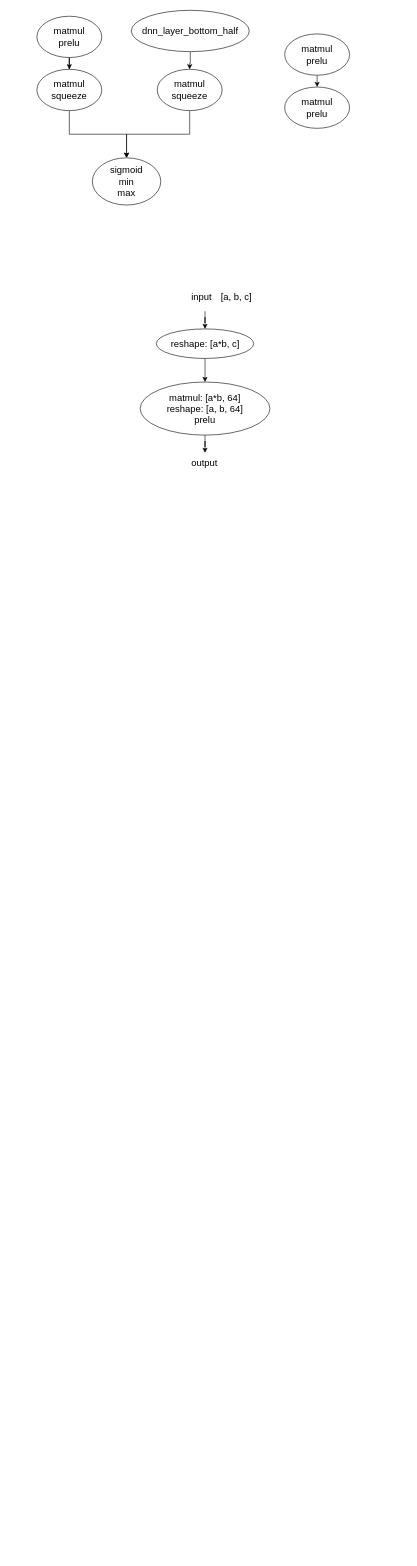
Before: 未命名绘图.drawio in ABigDoge/MyDiagrams, a draw.io diagram. Source tidied: cells renumbered, new cells numbered last; positions are measured from the earlier drawing's top-left corner, leaving out a move shared by most shapes. Both pictures are drawn from the tidied source at 59%, with x=0, y=0 at pixel (37, 10).
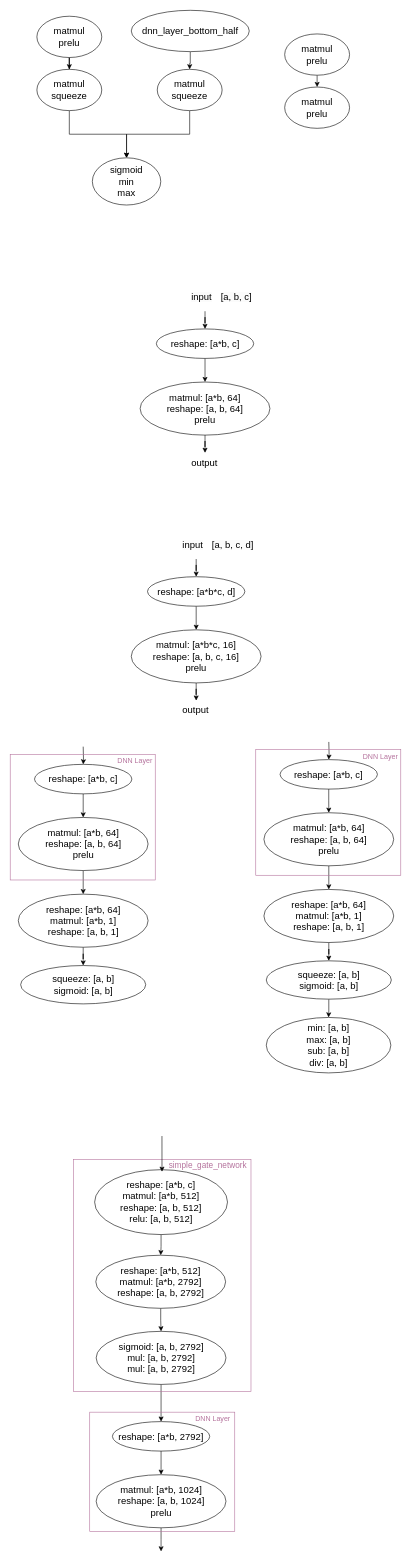
The same page after the edit.

Commit message:
更新未命名绘图.drawio

The edit, as a diff of the source:
```diff
@@
+    <mxCell id="22" style="edgeStyle=orthogonalEdgeStyle;rounded=0;jettySize=auto;html=1;" parent="1" edge="1" source="23" target="29">
+      <mxGeometry relative="1" as="geometry" />
+    </mxCell>
+    <mxCell id="23" value="&lt;font style=&quot;font-size: 16px;&quot;&gt;matmul:&amp;nbsp;&lt;/font&gt;&lt;span style=&quot;font-size: 16px;&quot;&gt;[a*b*c, 16]&lt;/span&gt;&lt;div&gt;&lt;span style=&quot;font-size: 16px;&quot;&gt;reshape:&amp;nbsp;&lt;/span&gt;&lt;span style=&quot;font-size: 16px;&quot;&gt;[a, b, c, 16]&lt;/span&gt;&lt;span style=&quot;font-size: 16px;&quot;&gt;&lt;br&gt;&lt;/span&gt;&lt;div style=&quot;font-size: 16px;&quot;&gt;&lt;font style=&quot;font-size: 16px;&quot;&gt;prelu&lt;/font&gt;&lt;/div&gt;&lt;/div&gt;" style="ellipse;whiteSpace=wrap;html=1;" parent="1" vertex="1">
+      <mxGeometry x="160" y="1050" width="220" height="90" as="geometry" />
+    </mxCell>
+    <mxCell id="24" style="edgeStyle=orthogonalEdgeStyle;rounded=0;jettySize=auto;html=1;" parent="1" edge="1" source="25" target="23">
+      <mxGeometry relative="1" as="geometry" />
+    </mxCell>
+    <mxCell id="25" value="&lt;font style=&quot;font-size: 16px;&quot;&gt;reshape:&amp;nbsp;&lt;/font&gt;&lt;span style=&quot;font-size: 16px; background-color: initial;&quot;&gt;[a*b*c, d]&lt;/span&gt;" style="ellipse;whiteSpace=wrap;html=1;" parent="1" vertex="1">
+      <mxGeometry x="187.5" y="960" width="165" height="50" as="geometry" />
+    </mxCell>
+    <mxCell id="26" value="&lt;span style=&quot;color: rgb(0, 0, 0); font-family: Helvetica; font-size: 16px; font-style: normal; font-variant-ligatures: normal; font-variant-caps: normal; font-weight: 400; letter-spacing: normal; orphans: 2; text-align: center; text-indent: 0px; text-transform: none; widows: 2; word-spacing: 0px; -webkit-text-stroke-width: 0px; white-space: normal; background-color: rgb(251, 251, 251); text-decoration-thickness: initial; text-decoration-style: initial; text-decoration-color: initial; display: inline !important; float: none;&quot;&gt;[a, b, c, d]&lt;/span&gt;" style="text;whiteSpace=wrap;html=1;" parent="1" vertex="1">
+      <mxGeometry x="295" y="890" width="150" height="40" as="geometry" />
+    </mxCell>
+    <mxCell id="27" style="edgeStyle=orthogonalEdgeStyle;rounded=0;jettySize=auto;html=1;" parent="1" edge="1" source="28" target="25">
+      <mxGeometry relative="1" as="geometry" />
+    </mxCell>
+    <mxCell id="28" value="&lt;span style=&quot;color: rgb(0, 0, 0); font-family: Helvetica; font-size: 16px; font-style: normal; font-variant-ligatures: normal; font-variant-caps: normal; font-weight: 400; letter-spacing: normal; orphans: 2; text-align: center; text-indent: 0px; text-transform: none; widows: 2; word-spacing: 0px; -webkit-text-stroke-width: 0px; white-space: normal; background-color: rgb(251, 251, 251); text-decoration-thickness: initial; text-decoration-style: initial; text-decoration-color: initial; display: inline !important; float: none;&quot;&gt;input&lt;/span&gt;" style="text;whiteSpace=wrap;html=1;" parent="1" vertex="1">
+      <mxGeometry x="245" y="890" width="50" height="40" as="geometry" />
+    </mxCell>
+    <mxCell id="29" value="&lt;div style=&quot;text-align: center;&quot;&gt;&lt;span style=&quot;background-color: initial; font-size: 16px;&quot;&gt;output&lt;/span&gt;&lt;/div&gt;" style="text;whiteSpace=wrap;html=1;" parent="1" vertex="1">
+      <mxGeometry x="245" y="1170" width="50" height="40" as="geometry" />
+    </mxCell>
+    <mxCell id="30" style="edgeStyle=orthogonalEdgeStyle;rounded=0;jettySize=auto;html=1;" parent="1" edge="1" source="31" target="36">
+      <mxGeometry relative="1" as="geometry" />
+    </mxCell>
+    <mxCell id="31" value="&lt;font style=&quot;font-size: 16px;&quot;&gt;matmul:&amp;nbsp;&lt;/font&gt;&lt;span style=&quot;font-size: 16px;&quot;&gt;[a*b, 64]&lt;/span&gt;&lt;div&gt;&lt;span style=&quot;font-size: 16px;&quot;&gt;reshape:&amp;nbsp;&lt;/span&gt;&lt;span style=&quot;font-size: 16px;&quot;&gt;[a, b, 64]&lt;/span&gt;&lt;span style=&quot;font-size: 16px;&quot;&gt;&lt;br&gt;&lt;/span&gt;&lt;div style=&quot;font-size: 16px;&quot;&gt;&lt;font style=&quot;font-size: 16px;&quot;&gt;prelu&lt;/font&gt;&lt;/div&gt;&lt;/div&gt;" style="ellipse;whiteSpace=wrap;html=1;" parent="1" vertex="1">
+      <mxGeometry x="-31.5" y="1368" width="220" height="90" as="geometry" />
+    </mxCell>
+    <mxCell id="32" style="edgeStyle=orthogonalEdgeStyle;rounded=0;jettySize=auto;html=1;" parent="1" edge="1" source="33" target="31">
+      <mxGeometry relative="1" as="geometry" />
+    </mxCell>
+    <mxCell id="33" value="&lt;font style=&quot;font-size: 16px;&quot;&gt;reshape:&amp;nbsp;&lt;/font&gt;&lt;span style=&quot;font-size: 16px; background-color: initial;&quot;&gt;[a*b, c]&lt;/span&gt;" style="ellipse;whiteSpace=wrap;html=1;" parent="1" vertex="1">
+      <mxGeometry x="-4" y="1278" width="165" height="50" as="geometry" />
+    </mxCell>
+    <mxCell id="34" style="edgeStyle=orthogonalEdgeStyle;rounded=0;jettySize=auto;html=1;" parent="1" edge="1" target="33">
+      <mxGeometry relative="1" as="geometry">
+        <mxPoint x="78.5" y="1248" as="sourcePoint" />
+      </mxGeometry>
+    </mxCell>
+    <mxCell id="35" style="edgeStyle=orthogonalEdgeStyle;rounded=0;jettySize=auto;html=1;" parent="1" edge="1" source="36" target="37">
+      <mxGeometry relative="1" as="geometry" />
+    </mxCell>
+    <mxCell id="36" value="&lt;font style=&quot;font-size: 16px;&quot;&gt;reshape:&amp;nbsp;&lt;/font&gt;&lt;span style=&quot;font-size: 16px;&quot;&gt;[a*b, 64]&lt;/span&gt;&lt;div&gt;&lt;span style=&quot;font-size: 16px;&quot;&gt;matmul:&amp;nbsp;&lt;/span&gt;&lt;span style=&quot;font-size: 16px;&quot;&gt;[&lt;/span&gt;&lt;span style=&quot;font-size: 16px;&quot;&gt;a*b&lt;/span&gt;&lt;span style=&quot;font-size: 16px;&quot;&gt;, 1]&lt;/span&gt;&lt;/div&gt;&lt;div&gt;&lt;span style=&quot;font-size: 16px;&quot;&gt;reshape:&amp;nbsp;&lt;/span&gt;&lt;span style=&quot;font-size: 16px;&quot;&gt;[a, b, 1]&lt;/span&gt;&lt;/div&gt;" style="ellipse;whiteSpace=wrap;html=1;" parent="1" vertex="1">
+      <mxGeometry x="-31.5" y="1498" width="220" height="90" as="geometry" />
+    </mxCell>
+    <mxCell id="37" value="&lt;font style=&quot;font-size: 16px;&quot;&gt;squeeze:&amp;nbsp;&lt;/font&gt;&lt;span style=&quot;font-size: 16px;&quot;&gt;[a, b]&lt;/span&gt;&lt;div&gt;&lt;span style=&quot;font-size: 16px;&quot;&gt;sigmoid:&amp;nbsp;&lt;/span&gt;&lt;span style=&quot;font-size: 16px;&quot;&gt;[&lt;/span&gt;&lt;span style=&quot;font-size: 16px;&quot;&gt;a, b&lt;/span&gt;&lt;span style=&quot;font-size: 16px;&quot;&gt;]&lt;/span&gt;&lt;/div&gt;" style="ellipse;whiteSpace=wrap;html=1;" parent="1" vertex="1">
+      <mxGeometry x="-27.5" y="1619" width="212" height="65" as="geometry" />
+    </mxCell>
+    <mxCell id="38" style="rounded=0;whiteSpace=wrap;html=1;fillColor=none;strokeColor=#B5739D;" parent="1" vertex="1">
+      <mxGeometry x="-45.2" y="1261" width="245.8" height="213" as="geometry" />
+    </mxCell>
+    <mxCell id="39" value="&lt;font color=&quot;#b5739d&quot;&gt;DNN Layer&lt;/font&gt;" style="text;html=1;align=center;verticalAlign=middle;whiteSpace=wrap;rounded=0;" parent="1" vertex="1">
+      <mxGeometry x="123" y="1258" width="87" height="30" as="geometry" />
+    </mxCell>
+    <mxCell id="40" style="edgeStyle=orthogonalEdgeStyle;rounded=0;jettySize=auto;html=1;" parent="1" edge="1" source="41" target="46">
+      <mxGeometry relative="1" as="geometry" />
+    </mxCell>
+    <mxCell id="41" value="&lt;font style=&quot;font-size: 16px;&quot;&gt;matmul:&amp;nbsp;&lt;/font&gt;&lt;span style=&quot;font-size: 16px;&quot;&gt;[a*b, 64]&lt;/span&gt;&lt;div&gt;&lt;span style=&quot;font-size: 16px;&quot;&gt;reshape:&amp;nbsp;&lt;/span&gt;&lt;span style=&quot;font-size: 16px;&quot;&gt;[a, b, 64]&lt;/span&gt;&lt;span style=&quot;font-size: 16px;&quot;&gt;&lt;br&gt;&lt;/span&gt;&lt;div style=&quot;font-size: 16px;&quot;&gt;&lt;font style=&quot;font-size: 16px;&quot;&gt;prelu&lt;/font&gt;&lt;/div&gt;&lt;/div&gt;" style="ellipse;whiteSpace=wrap;html=1;" parent="1" vertex="1">
+      <mxGeometry x="384.8" y="1360" width="220" height="90" as="geometry" />
+    </mxCell>
+    <mxCell id="42" style="edgeStyle=orthogonalEdgeStyle;rounded=0;jettySize=auto;html=1;" parent="1" edge="1" source="43" target="41">
+      <mxGeometry relative="1" as="geometry" />
+    </mxCell>
+    <mxCell id="43" value="&lt;font style=&quot;font-size: 16px;&quot;&gt;reshape:&amp;nbsp;&lt;/font&gt;&lt;span style=&quot;font-size: 16px; background-color: initial;&quot;&gt;[a*b, c]&lt;/span&gt;" style="ellipse;whiteSpace=wrap;html=1;" parent="1" vertex="1">
+      <mxGeometry x="412.2" y="1270" width="165" height="50" as="geometry" />
+    </mxCell>
+    <mxCell id="44" style="edgeStyle=orthogonalEdgeStyle;rounded=0;jettySize=auto;html=1;" parent="1" edge="1" target="43">
+      <mxGeometry relative="1" as="geometry">
+        <mxPoint x="494.8" y="1240" as="sourcePoint" />
+      </mxGeometry>
+    </mxCell>
+    <mxCell id="45" style="edgeStyle=orthogonalEdgeStyle;rounded=0;jettySize=auto;html=1;" parent="1" edge="1" source="46" target="48">
+      <mxGeometry relative="1" as="geometry" />
+    </mxCell>
+    <mxCell id="46" value="&lt;font style=&quot;font-size: 16px;&quot;&gt;reshape:&amp;nbsp;&lt;/font&gt;&lt;span style=&quot;font-size: 16px;&quot;&gt;[a*b, 64]&lt;/span&gt;&lt;div&gt;&lt;span style=&quot;font-size: 16px;&quot;&gt;matmul:&amp;nbsp;&lt;/span&gt;&lt;span style=&quot;font-size: 16px;&quot;&gt;[&lt;/span&gt;&lt;span style=&quot;font-size: 16px;&quot;&gt;a*b&lt;/span&gt;&lt;span style=&quot;font-size: 16px;&quot;&gt;, 1]&lt;/span&gt;&lt;/div&gt;&lt;div&gt;&lt;span style=&quot;font-size: 16px;&quot;&gt;reshape:&amp;nbsp;&lt;/span&gt;&lt;span style=&quot;font-size: 16px;&quot;&gt;[a, b, 1]&lt;/span&gt;&lt;/div&gt;" style="ellipse;whiteSpace=wrap;html=1;" parent="1" vertex="1">
+      <mxGeometry x="384.8" y="1490" width="220" height="90" as="geometry" />
+    </mxCell>
+    <mxCell id="47" style="edgeStyle=orthogonalEdgeStyle;rounded=0;jettySize=auto;html=1;" parent="1" edge="1" source="48" target="51">
+      <mxGeometry relative="1" as="geometry" />
+    </mxCell>
+    <mxCell id="48" value="&lt;font style=&quot;font-size: 16px;&quot;&gt;squeeze:&amp;nbsp;&lt;/font&gt;&lt;span style=&quot;font-size: 16px;&quot;&gt;[a, b]&lt;/span&gt;&lt;div&gt;&lt;span style=&quot;font-size: 16px;&quot;&gt;sigmoid:&amp;nbsp;&lt;/span&gt;&lt;span style=&quot;font-size: 16px;&quot;&gt;[&lt;/span&gt;&lt;span style=&quot;font-size: 16px;&quot;&gt;a, b&lt;/span&gt;&lt;span style=&quot;font-size: 16px;&quot;&gt;]&lt;/span&gt;&lt;/div&gt;" style="ellipse;whiteSpace=wrap;html=1;" parent="1" vertex="1">
+      <mxGeometry x="388.8" y="1611" width="212" height="65" as="geometry" />
+    </mxCell>
+    <mxCell id="49" style="rounded=0;whiteSpace=wrap;html=1;fillColor=none;strokeColor=#B5739D;" parent="1" vertex="1">
+      <mxGeometry x="371" y="1253" width="245.8" height="213" as="geometry" />
+    </mxCell>
+    <mxCell id="50" value="&lt;font color=&quot;#b5739d&quot;&gt;DNN Layer&lt;/font&gt;" style="text;html=1;align=center;verticalAlign=middle;whiteSpace=wrap;rounded=0;" parent="1" vertex="1">
+      <mxGeometry x="539.2" y="1250" width="87" height="30" as="geometry" />
+    </mxCell>
+    <mxCell id="51" value="&lt;span style=&quot;font-size: 16px;&quot;&gt;min:&amp;nbsp;&lt;/span&gt;&lt;span style=&quot;font-size: 16px;&quot;&gt;[a, b]&lt;/span&gt;&lt;div&gt;&lt;span style=&quot;font-size: 16px;&quot;&gt;max:&amp;nbsp;&lt;/span&gt;&lt;span style=&quot;font-size: 16px; background-color: initial;&quot;&gt;[a, b]&lt;/span&gt;&lt;/div&gt;&lt;div&gt;&lt;span style=&quot;font-size: 16px;&quot;&gt;sub:&amp;nbsp;&lt;/span&gt;&lt;span style=&quot;font-size: 16px; background-color: initial;&quot;&gt;[a, b]&lt;/span&gt;&lt;/div&gt;&lt;div&gt;&lt;span style=&quot;font-size: 16px;&quot;&gt;div:&amp;nbsp;&lt;/span&gt;&lt;span style=&quot;font-size: 16px; background-color: initial;&quot;&gt;[a, b]&lt;/span&gt;&lt;/div&gt;" style="ellipse;whiteSpace=wrap;html=1;" parent="1" vertex="1">
+      <mxGeometry x="388.8" y="1707" width="211.2" height="94" as="geometry" />
+    </mxCell>
+    <mxCell id="52" style="edgeStyle=orthogonalEdgeStyle;rounded=0;jettySize=auto;html=1;" parent="1" edge="1" source="53">
+      <mxGeometry relative="1" as="geometry">
+        <mxPoint x="210.5" y="2612" as="targetPoint" />
+      </mxGeometry>
+    </mxCell>
+    <mxCell id="53" value="&lt;font style=&quot;font-size: 16px;&quot;&gt;matmul:&amp;nbsp;&lt;/font&gt;&lt;span style=&quot;font-size: 16px;&quot;&gt;[a*b, 1024]&lt;/span&gt;&lt;div&gt;&lt;span style=&quot;font-size: 16px;&quot;&gt;reshape:&amp;nbsp;&lt;/span&gt;&lt;span style=&quot;font-size: 16px;&quot;&gt;[a, b, 1024]&lt;/span&gt;&lt;span style=&quot;font-size: 16px;&quot;&gt;&lt;br&gt;&lt;/span&gt;&lt;div style=&quot;font-size: 16px;&quot;&gt;&lt;font style=&quot;font-size: 16px;&quot;&gt;prelu&lt;/font&gt;&lt;/div&gt;&lt;/div&gt;" style="ellipse;whiteSpace=wrap;html=1;" parent="1" vertex="1">
+      <mxGeometry x="100.5" y="2482" width="220" height="90" as="geometry" />
+    </mxCell>
+    <mxCell id="54" style="edgeStyle=orthogonalEdgeStyle;rounded=0;jettySize=auto;html=1;" parent="1" edge="1" source="55" target="53">
+      <mxGeometry relative="1" as="geometry" />
+    </mxCell>
+    <mxCell id="55" value="&lt;font style=&quot;font-size: 16px;&quot;&gt;reshape:&amp;nbsp;&lt;/font&gt;&lt;span style=&quot;font-size: 16px; background-color: initial;&quot;&gt;[a*b, 2792]&lt;/span&gt;" style="ellipse;whiteSpace=wrap;html=1;" parent="1" vertex="1">
+      <mxGeometry x="128" y="2392" width="165" height="50" as="geometry" />
+    </mxCell>
+    <mxCell id="56" style="edgeStyle=orthogonalEdgeStyle;rounded=0;jettySize=auto;html=1;exitX=0.5;exitY=1;exitDx=0;exitDy=0;" parent="1" edge="1" source="63" target="55">
+      <mxGeometry relative="1" as="geometry" />
+    </mxCell>
+    <mxCell id="57" style="rounded=0;whiteSpace=wrap;html=1;fillColor=none;strokeColor=#B5739D;" parent="1" vertex="1">
+      <mxGeometry x="89.6" y="2376" width="245.8" height="202" as="geometry" />
+    </mxCell>
+    <mxCell id="58" value="&lt;font color=&quot;#b5739d&quot;&gt;DNN Layer&lt;/font&gt;" style="text;html=1;align=center;verticalAlign=middle;whiteSpace=wrap;rounded=0;" parent="1" vertex="1">
+      <mxGeometry x="255" y="2372" width="87" height="30" as="geometry" />
+    </mxCell>
+    <mxCell id="59" style="edgeStyle=orthogonalEdgeStyle;rounded=0;jettySize=auto;html=1;" parent="1" edge="1" source="60" target="62">
+      <mxGeometry relative="1" as="geometry" />
+    </mxCell>
+    <mxCell id="60" value="&lt;font style=&quot;font-size: 16px;&quot;&gt;reshape:&amp;nbsp;&lt;/font&gt;&lt;span style=&quot;font-size: 16px;&quot;&gt;[a*b, c]&lt;/span&gt;&lt;div&gt;&lt;span style=&quot;font-size: 16px;&quot;&gt;matmul:&amp;nbsp;&lt;/span&gt;&lt;span style=&quot;font-size: 16px;&quot;&gt;[&lt;/span&gt;&lt;span style=&quot;font-size: 16px;&quot;&gt;a*b&lt;/span&gt;&lt;span style=&quot;font-size: 16px;&quot;&gt;, 512]&lt;/span&gt;&lt;/div&gt;&lt;div&gt;&lt;span style=&quot;font-size: 16px;&quot;&gt;reshape:&amp;nbsp;&lt;/span&gt;&lt;span style=&quot;font-size: 16px;&quot;&gt;[a, b, 512]&lt;/span&gt;&lt;/div&gt;&lt;div&gt;&lt;span style=&quot;font-size: 16px;&quot;&gt;relu:&amp;nbsp;&lt;/span&gt;&lt;span style=&quot;font-size: 16px; background-color: initial;&quot;&gt;[a, b, 512]&lt;/span&gt;&lt;/div&gt;" style="ellipse;whiteSpace=wrap;html=1;" parent="1" vertex="1">
+      <mxGeometry x="97.9" y="1965" width="225.2" height="110" as="geometry" />
+    </mxCell>
+    <mxCell id="61" style="edgeStyle=orthogonalEdgeStyle;rounded=0;jettySize=auto;html=1;" parent="1" edge="1" source="62" target="63">
+      <mxGeometry relative="1" as="geometry" />
+    </mxCell>
+    <mxCell id="62" value="&lt;font style=&quot;font-size: 16px;&quot;&gt;reshape:&amp;nbsp;&lt;/font&gt;&lt;span style=&quot;font-size: 16px;&quot;&gt;[a*b, 512]&lt;/span&gt;&lt;div&gt;&lt;span style=&quot;font-size: 16px;&quot;&gt;matmul:&amp;nbsp;&lt;/span&gt;&lt;span style=&quot;font-size: 16px;&quot;&gt;[&lt;/span&gt;&lt;span style=&quot;font-size: 16px;&quot;&gt;a*b&lt;/span&gt;&lt;span style=&quot;font-size: 16px;&quot;&gt;, 2792]&lt;/span&gt;&lt;/div&gt;&lt;div&gt;&lt;span style=&quot;font-size: 16px;&quot;&gt;reshape:&amp;nbsp;&lt;/span&gt;&lt;span style=&quot;font-size: 16px;&quot;&gt;[a, b, 2792]&lt;/span&gt;&lt;/div&gt;" style="ellipse;whiteSpace=wrap;html=1;" parent="1" vertex="1">
+      <mxGeometry x="99.9" y="2110" width="220" height="90" as="geometry" />
+    </mxCell>
+    <mxCell id="63" value="&lt;font style=&quot;font-size: 16px;&quot;&gt;sigmoid:&amp;nbsp;&lt;/font&gt;&lt;span style=&quot;font-size: 16px;&quot;&gt;[a, b, 2792]&lt;/span&gt;&lt;div&gt;&lt;span style=&quot;font-size: 16px;&quot;&gt;mul:&amp;nbsp;&lt;/span&gt;&lt;span style=&quot;font-size: 16px;&quot;&gt;[&lt;/span&gt;&lt;span style=&quot;font-size: 16px;&quot;&gt;a, b, 2792&lt;/span&gt;&lt;span style=&quot;font-size: 16px;&quot;&gt;]&lt;/span&gt;&lt;/div&gt;&lt;div&gt;&lt;span style=&quot;font-size: 16px;&quot;&gt;mul:&amp;nbsp;&lt;/span&gt;&lt;span style=&quot;font-size: 16px;&quot;&gt;[&lt;/span&gt;&lt;span style=&quot;font-size: 16px;&quot;&gt;a, b, 2792&lt;/span&gt;&lt;span style=&quot;font-size: 16px;&quot;&gt;]&lt;/span&gt;&lt;br&gt;&lt;/div&gt;" style="ellipse;whiteSpace=wrap;html=1;" parent="1" vertex="1">
+      <mxGeometry x="100.5" y="2239" width="220" height="90" as="geometry" />
+    </mxCell>
+    <mxCell id="64" style="rounded=0;whiteSpace=wrap;html=1;fillColor=none;strokeColor=#B5739D;" parent="1" vertex="1">
+      <mxGeometry x="62" y="1948" width="300.9" height="393" as="geometry" />
+    </mxCell>
+    <mxCell id="65" value="&lt;font style=&quot;font-size: 14px;&quot; color=&quot;#b5739d&quot;&gt;simple_gate_network&lt;/font&gt;" style="text;html=1;align=center;verticalAlign=middle;whiteSpace=wrap;rounded=0;" parent="1" vertex="1">
+      <mxGeometry x="202.5" y="1943" width="174" height="30" as="geometry" />
+    </mxCell>
+    <mxCell id="66" style="endArrow=classic;html=1;rounded=0;entryX=0.055;entryY=0.85;entryDx=0;entryDy=0;entryPerimeter=0;" parent="1" edge="1" target="65">
+      <mxGeometry relative="1" as="geometry">
+        <mxPoint x="212" y="1908" as="sourcePoint" />
+      </mxGeometry>
+    </mxCell>
```
